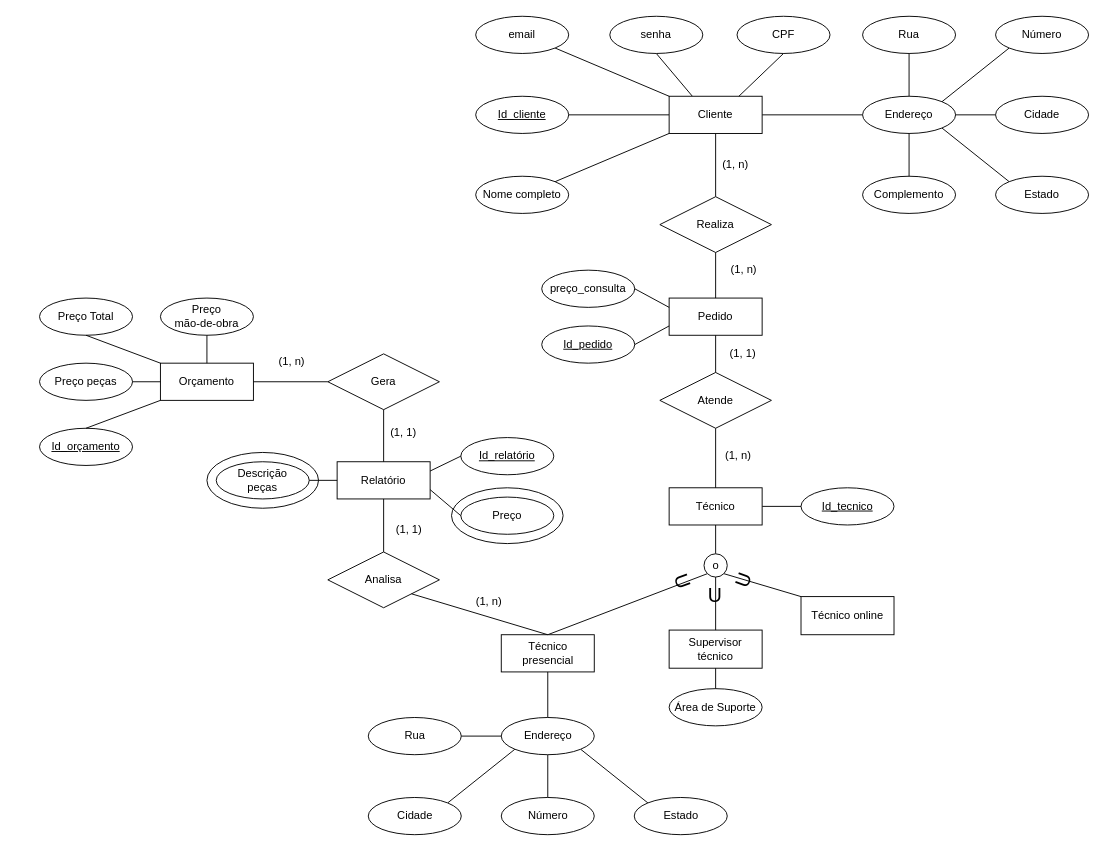
Before: page "Diagrama ER" (2 of 4) of Project diagrams and requirements/Tech assistance.drawio in felipepmoreno/Tech-assistanceSoftware, a draw.io diagram. Source tidied: cells renumbered, new cells numbered last; positions are measured from the earlier drawing's top-left corner, leaving out a move shared by most shapes. Both pictures are drawn from the tidied source at 93%, with x=0, y=0 at pixel (39, 16).
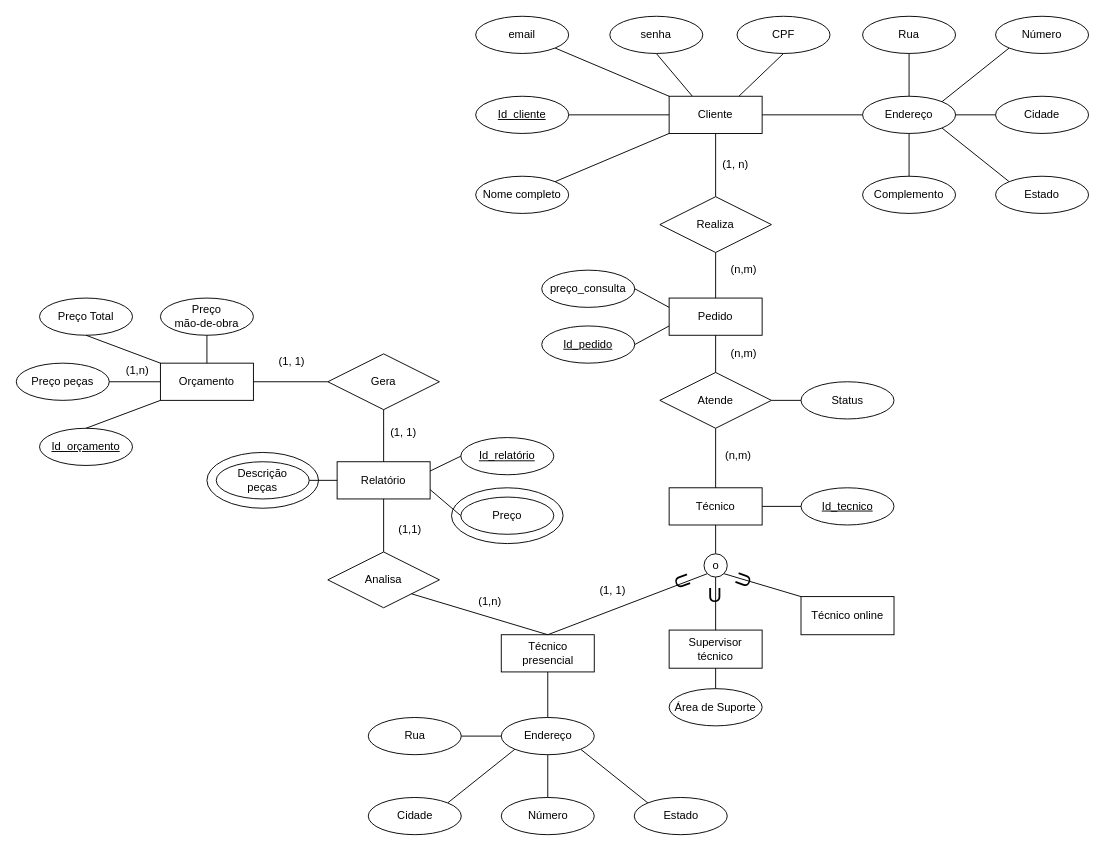
The same diagram, later.

Unchanged cells that the change refers to:
```xml
<mxCell id="54" value="Atende" style="shape=rhombus;perimeter=rhombusPerimeter;whiteSpace=wrap;html=1;align=center;" parent="1" vertex="1">
  <mxGeometry x="667" y="383" width="120" height="60" as="geometry" />
</mxCell>
```

The edit, as a diff of the source:
```diff
@@
-    <mxCell id="34" value="(1, n)" style="text;html=1;align=center;verticalAlign=middle;" parent="1" vertex="1">
+    <mxCell id="34" value="(n,m)" style="text;html=1;align=center;verticalAlign=middle;" parent="1" vertex="1">
       <mxGeometry x="731.8" y="464" width="38" height="18" as="geometry" />
     </mxCell>
@@
+    <mxCell id="94" style="edgeStyle=orthogonalEdgeStyle;jettySize=auto;html=1;exitX=1;exitY=0.5;exitDx=0;exitDy=0;entryX=0;entryY=0.5;entryDx=0;entryDy=0;rounded=0;endArrow=none;endFill=0;" parent="1" edge="1" source="54" target="97">
+      <mxGeometry relative="1" as="geometry" />
+    </mxCell>
@@
-    <mxCell id="61" value="(1, n)" style="text;html=1;align=center;verticalAlign=middle;" parent="1" vertex="1">
+    <mxCell id="61" value="(n,m)" style="text;html=1;align=center;verticalAlign=middle;" parent="1" vertex="1">
       <mxGeometry x="738" y="264" width="38" height="18" as="geometry" />
     </mxCell>
-    <mxCell id="62" value="(1, 1)" style="text;html=1;align=center;verticalAlign=middle;" parent="1" vertex="1">
-      <mxGeometry x="737" y="354" width="38" height="18" as="geometry" />
+    <mxCell id="62" value="(n,m)" style="text;html=1;align=center;verticalAlign=middle;" parent="1" vertex="1">
+      <mxGeometry x="738" y="354" width="38" height="18" as="geometry" />
     </mxCell>
@@
     <mxCell id="76" value="Preço peças" style="ellipse;whiteSpace=wrap;html=1;align=center;" parent="1" vertex="1">
-      <mxGeometry y="373" width="100" height="40" as="geometry" />
+      <mxGeometry x="-25" y="373" width="100" height="40" as="geometry" />
     </mxCell>
@@
-    <mxCell id="90" value="(1, n)" style="text;html=1;align=center;verticalAlign=middle;strokeColor=none;" parent="1" vertex="1">
-      <mxGeometry x="464" y="621" width="38" height="18" as="geometry" />
+    <mxCell id="90" value="(1,n)" style="text;html=1;align=center;verticalAlign=middle;strokeColor=none;" parent="1" vertex="1">
+      <mxGeometry x="466" y="621" width="35" height="18" as="geometry" />
     </mxCell>
-    <mxCell id="91" value="(1, 1)" style="text;html=1;align=center;verticalAlign=middle;strokeColor=none;" parent="1" vertex="1">
-      <mxGeometry x="378" y="543" width="38" height="18" as="geometry" />
+    <mxCell id="91" value="(1,1)" style="text;html=1;align=center;verticalAlign=middle;strokeColor=none;" parent="1" vertex="1">
+      <mxGeometry x="380" y="543" width="35" height="18" as="geometry" />
     </mxCell>
@@
-    <mxCell id="93" value="(1, n)" style="text;html=1;align=center;verticalAlign=middle;strokeColor=none;" parent="1" vertex="1">
+    <mxCell id="93" value="(1, 1)" style="text;html=1;align=center;verticalAlign=middle;strokeColor=none;" parent="1" vertex="1">
       <mxGeometry x="252" y="363" width="38" height="18" as="geometry" />
     </mxCell>
+    <mxCell id="95" value="(1,n)" style="text;html=1;align=center;verticalAlign=middle;strokeColor=none;" parent="1" vertex="1">
+      <mxGeometry x="87" y="372" width="35" height="18" as="geometry" />
+    </mxCell>
+    <mxCell id="96" value="(1, 1)" style="text;html=1;align=center;verticalAlign=middle;strokeColor=none;" parent="1" vertex="1">
+      <mxGeometry x="596.5" y="609" width="38" height="18" as="geometry" />
+    </mxCell>
+    <mxCell id="97" value="Status" style="ellipse;whiteSpace=wrap;html=1;align=center;" parent="1" vertex="1">
+      <mxGeometry x="818.8" y="393" width="100" height="40" as="geometry" />
+    </mxCell>
```
